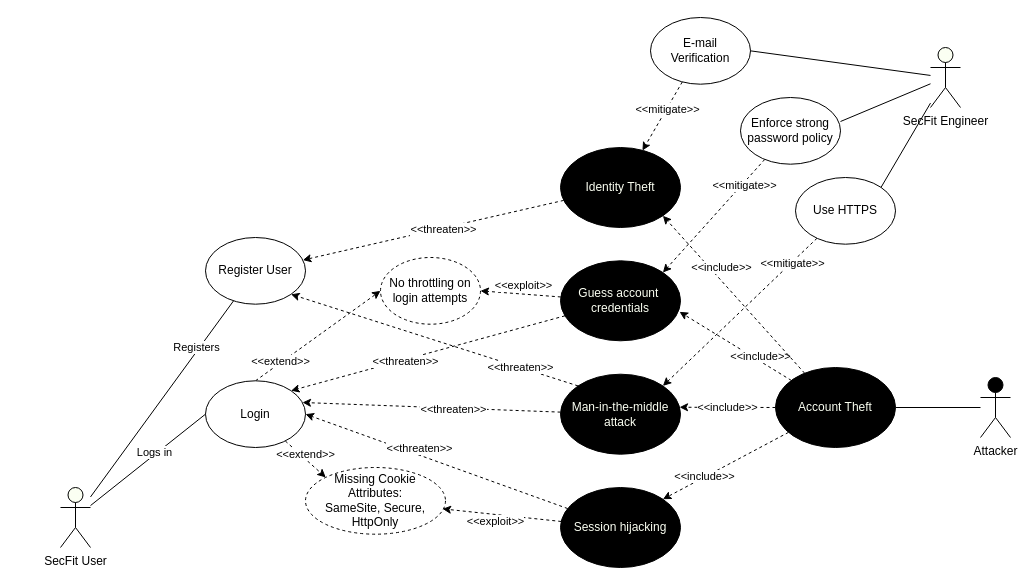
Earlier version of the draw.io diagram misusecase-2.drawio (gullskatten/BPMN-models). Source tidied: cells renumbered, new cells numbered last; positions are measured from the earlier drawing's top-left corner, leaving out a move shared by most shapes. Both pictures are drawn from the tidied source at 100%, with x=0, y=0 at pixel (60, 17).
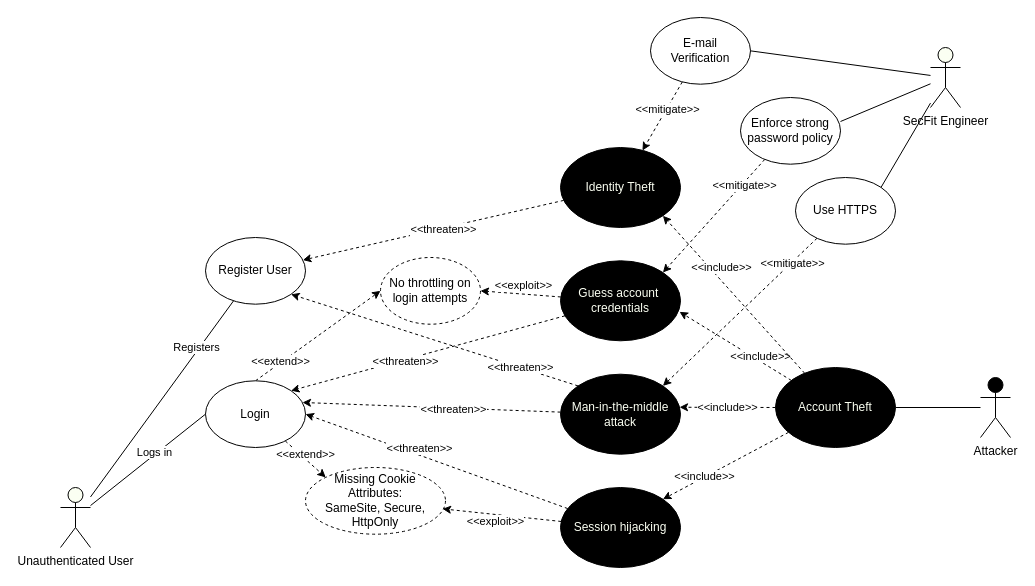
The same page after the edit.

Change to the diagram source:
```diff
@@
-    <mxCell id="8" value="SecFit User" style="shape=umlActor;verticalLabelPosition=bottom;verticalAlign=top;html=1;outlineConnect=0;fillColor=#FBFFF2;" parent="1" vertex="1">
+    <mxCell id="8" value="Unauthenticated User" style="shape=umlActor;verticalLabelPosition=bottom;verticalAlign=top;html=1;outlineConnect=0;fillColor=#FBFFF2;" parent="1" vertex="1">
       <mxGeometry y="470" width="30" height="60" as="geometry" />
     </mxCell>
```
